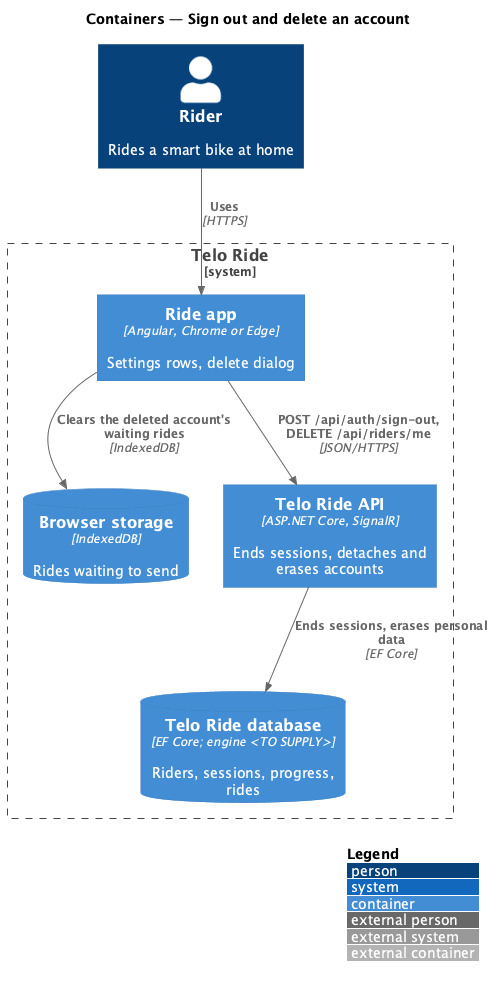
Above: docs/detailed-designs/accounts/sign-out-and-delete-an-account/diagrams/c4-container.png in QuinntyneBrown/ride-one (PlantUML), before the change.
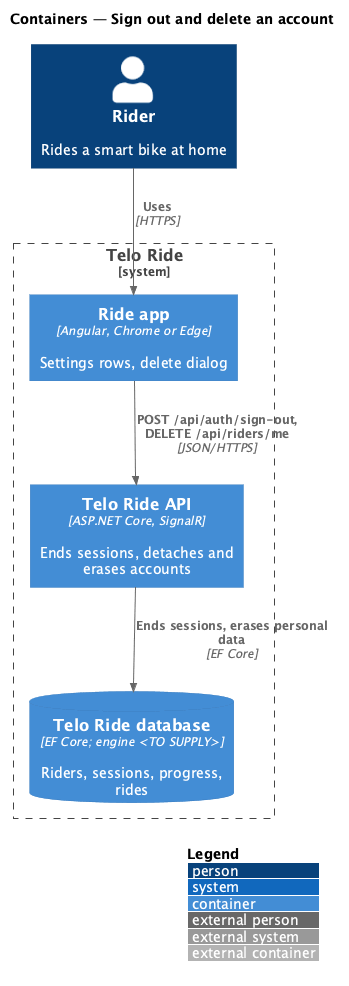
The same diagram one commit later.

What changed in the source:
```diff
@@ -5,12 +5,10 @@
 Person(rider, "Rider", "Rides a smart bike at home")
 System_Boundary(telo, "Telo Ride") {
   Container(app, "Ride app", "Angular, Chrome or Edge", "Settings rows, delete dialog")
-  ContainerDb(idb, "Browser storage", "IndexedDB", "Rides waiting to send")
   Container(api, "Telo Ride API", "ASP.NET Core, SignalR", "Ends sessions, detaches and erases accounts")
   ContainerDb(db, "Telo Ride database", "EF Core; engine <TO SUPPLY>", "Riders, sessions, progress, rides")
 }
 Rel(rider, app, "Uses", "HTTPS")
 Rel(app, api, "POST /api/auth/sign-out, DELETE /api/riders/me", "JSON/HTTPS")
-Rel(app, idb, "Clears the deleted account's waiting rides", "IndexedDB")
 Rel(api, db, "Ends sessions, erases personal data", "EF Core")
 @enduml
```
